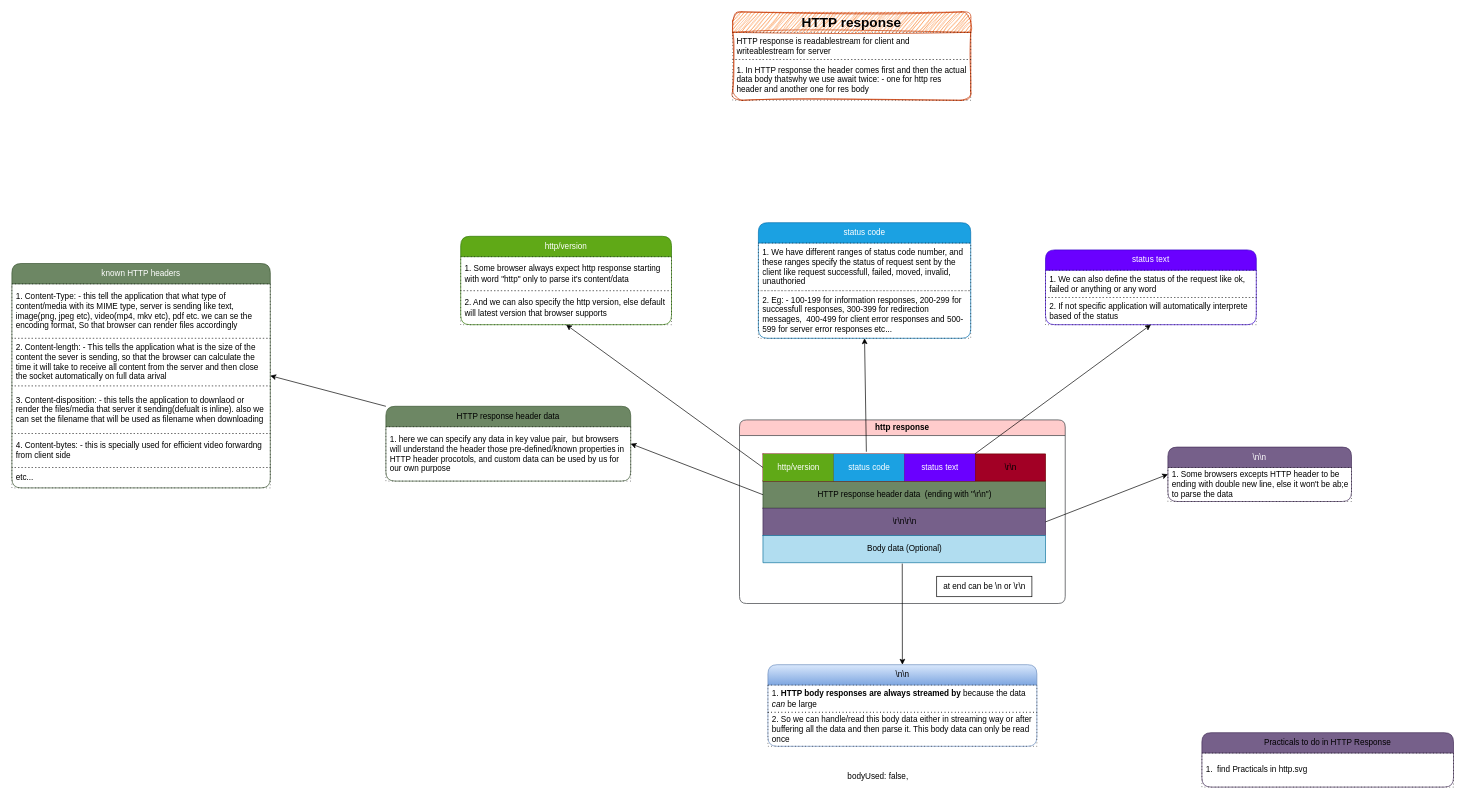
Earlier version of the draw.io diagram computer-networking/protocols/hypertext-transfer-protocol/http-res/httpres.dio (knkrn5/Programming-Concepts). Source tidied: cells renumbered, new cells numbered last; positions are measured from the earlier drawing's top-left corner, leaving out a move shared by most shapes. Both pictures are drawn from the tidied source at 68%, with x=0, y=0 at pixel (12, 12).
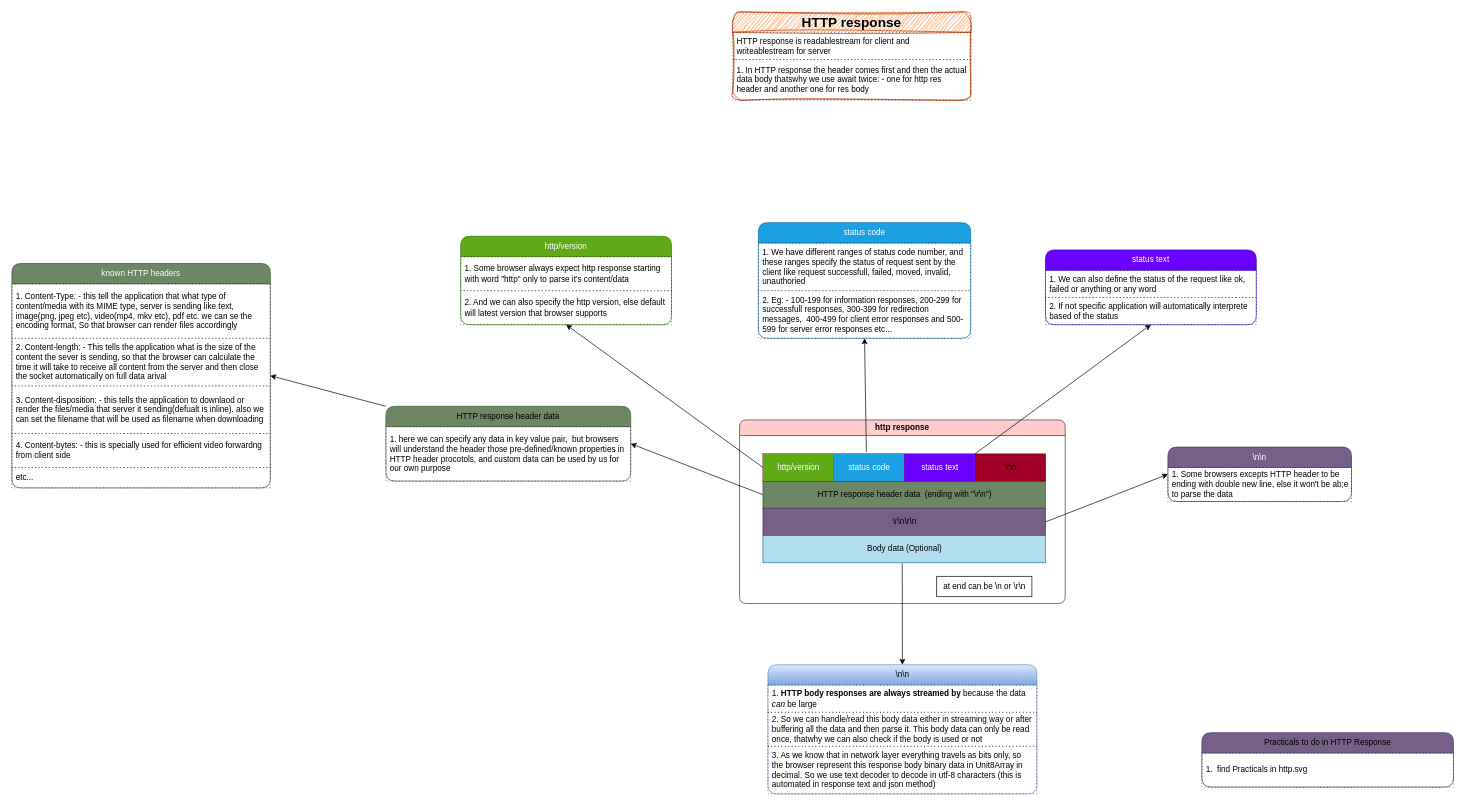
After the change.

The edit, as a diff of the source:
```diff
@@
     <mxCell id="42" value="\n\n" style="swimlane;fontStyle=0;horizontal=1;startSize=30;whiteSpace=wrap;html=1;rounded=1;fillColor=#dae8fc;strokeColor=#6c8ebf;gradientColor=#7ea6e0;" parent="1" vertex="1">
-      <mxGeometry x="1111.8" y="960" width="395.5" height="120" as="geometry" />
+      <mxGeometry x="1111.8" y="960" width="395.5" height="190" as="geometry" />
     </mxCell>
@@
-    <mxCell id="44" value="2. So we can handle/read this body data either in streaming way or after buffering all the data and then parse it. This body data can only be read once" style="text;strokeColor=default;fillColor=none;align=left;verticalAlign=middle;spacingLeft=4;spacingRight=4;overflow=hidden;whiteSpace=wrap;html=1;dashed=1;dashPattern=1 4;" parent="42" vertex="1">
+    <mxCell id="44" value="2. So we can handle/read this body data either in streaming way or after buffering all the data and then parse it. This body data can only be read once, thatwhy we can also check if the body is used or not" style="text;strokeColor=default;fillColor=none;align=left;verticalAlign=middle;spacingLeft=4;spacingRight=4;overflow=hidden;whiteSpace=wrap;html=1;dashed=1;dashPattern=1 4;" parent="42" vertex="1">
       <mxGeometry y="70" width="395.5" height="50" as="geometry" />
     </mxCell>
+    <mxCell id="53" value="3. As we know that in network layer everything travels as bits only, so the &lt;span style=&quot;background-color: light-dark(rgb(255, 255, 255), rgb(0, 0, 204));&quot;&gt;browser represent this response body binary data in Unit8Array in decimal. &lt;/span&gt;&lt;span&gt;So we use text decoder to decode in utf-8 characters (this is automated in response text and json method)&lt;/span&gt;" style="text;strokeColor=default;fillColor=none;align=left;verticalAlign=middle;spacingLeft=4;spacingRight=4;overflow=hidden;whiteSpace=wrap;html=1;dashed=1;dashPattern=1 4;" parent="42" vertex="1">
+      <mxGeometry y="120" width="395.5" height="70" as="geometry" />
+    </mxCell>
@@
-    <mxCell id="53" value="&amp;nbsp; bodyUsed: false," style="text;html=1;align=center;verticalAlign=middle;strokeColor=none;fillColor=none;" parent="1" vertex="1">
-      <mxGeometry x="1210" y="1110" width="120" height="30" as="geometry" />
-    </mxCell>
```
